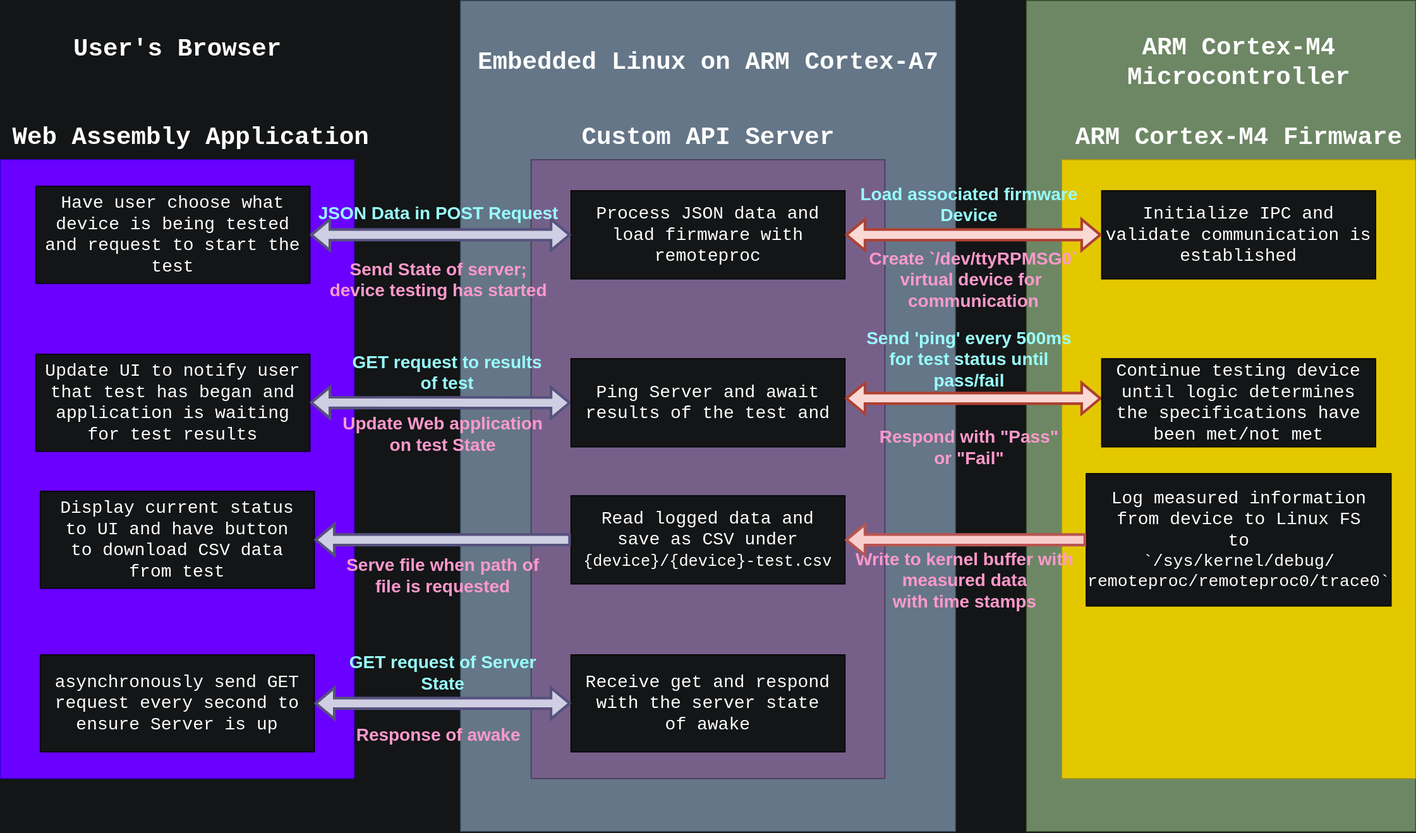
Before: Images/software_stack.drawio.svg, a diagram exported from draw.io (DMGDy/ECE4820-Presentation). Source tidied: cells renumbered, new cells last; positions are measured from the earlier drawing's top-left corner, leaving out a move shared by most shapes.
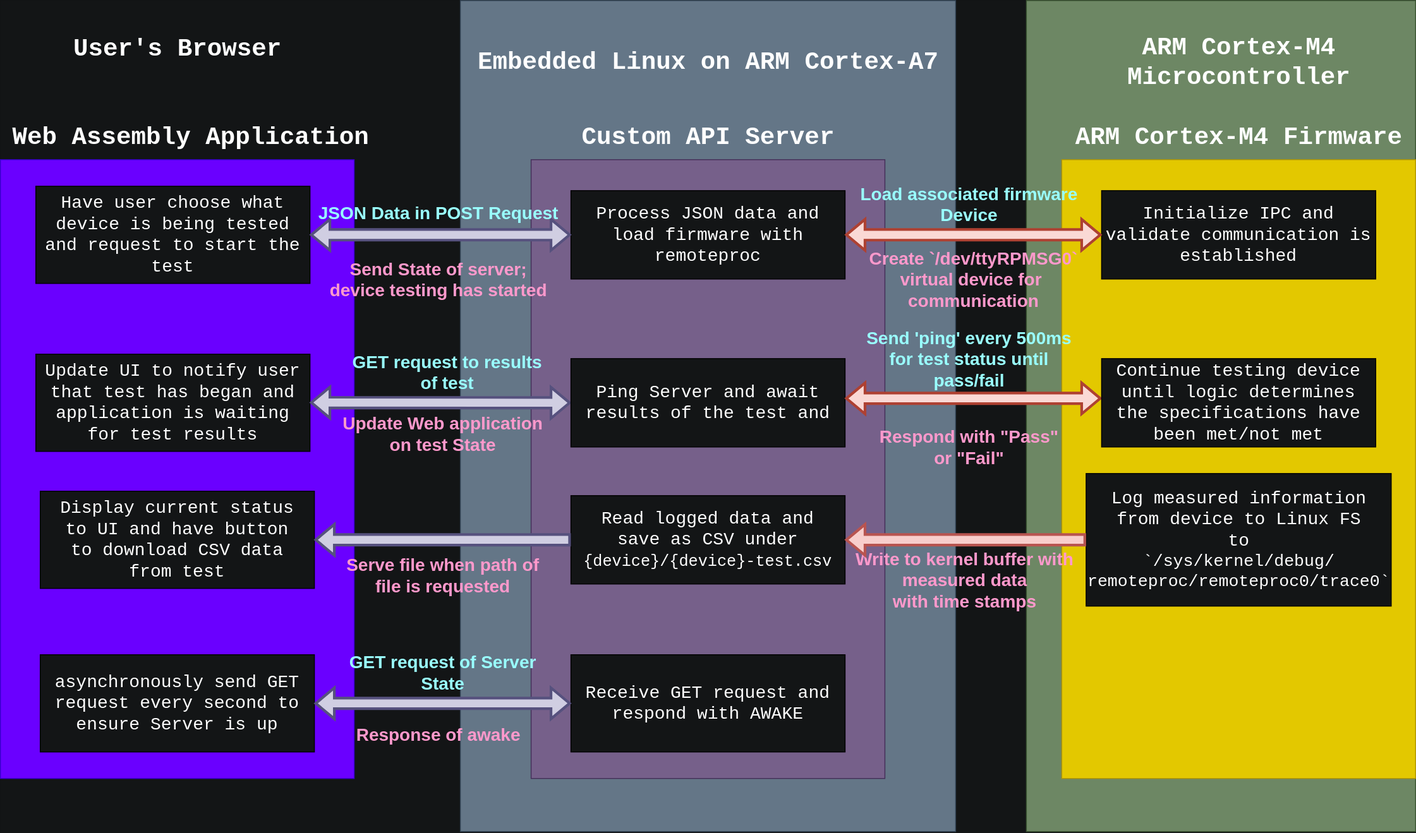
The same diagram one commit later.

Change to the diagram source:
```diff
@@ -118,7 +118,7 @@
     <mxCell id="38" value="asynchronously send GET&lt;br&gt;request every second to &lt;br&gt;ensure Server is up" style="whiteSpace=wrap;html=1;fontSize=20;fontFamily=Courier New;shadow=0;textShadow=0;labelBackgroundColor=none;fillColor=#131516;fontColor=#FFFFFF;labelBorderColor=none;" parent="1" vertex="1">
       <mxGeometry x="45" y="740" width="310" height="110" as="geometry" />
     </mxCell>
-    <mxCell id="39" value="Receive get and respond&lt;br&gt;with the server state &lt;br&gt;of awake" style="whiteSpace=wrap;html=1;fontSize=20;fontFamily=Courier New;shadow=0;textShadow=0;labelBackgroundColor=none;fillColor=#131516;fontColor=#FFFFFF;labelBorderColor=none;" parent="1" vertex="1">
+    <mxCell id="39" value="Receive GET request and respond with AWAKE" style="whiteSpace=wrap;html=1;fontSize=20;fontFamily=Courier New;shadow=0;textShadow=0;labelBackgroundColor=none;fillColor=#131516;fontColor=#FFFFFF;labelBorderColor=none;" parent="1" vertex="1">
       <mxGeometry x="645" y="740" width="310" height="110" as="geometry" />
     </mxCell>
     <mxCell id="40" style="shape=flexArrow;endArrow=classic;startArrow=classic;html=1;rounded=0;exitX=1;exitY=0.5;exitDx=0;exitDy=0;strokeWidth=3;fillColor=#d0cee2;strokeColor=#56517e;entryX=0;entryY=0.5;entryDx=0;entryDy=0;shadow=0;textShadow=0;" parent="1" edge="1" source="38" target="39">
```
